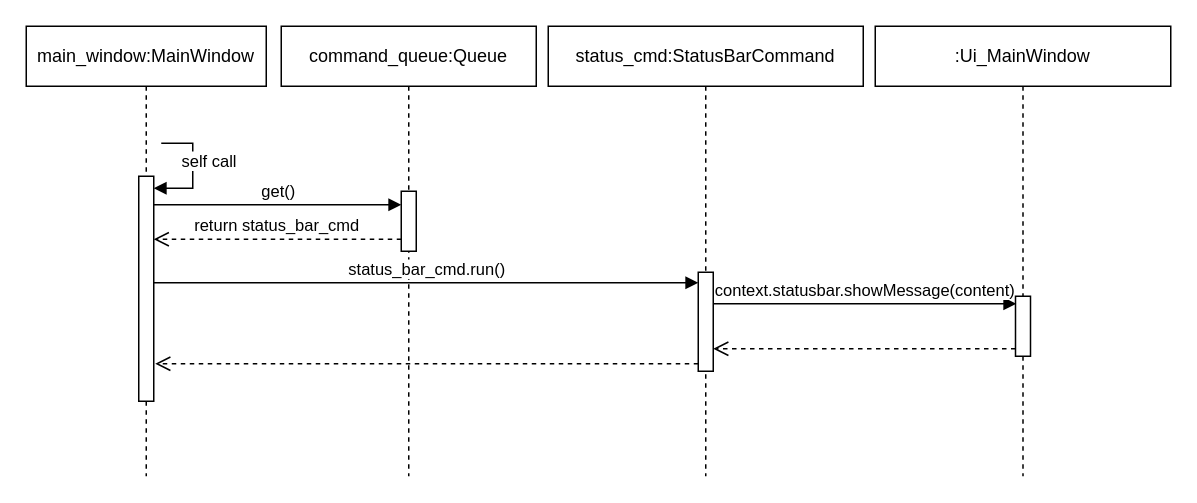
pascalreiss/draw_io_stuff keeps this draw.io diagram as procedural/Command_Pattern.drawio. Above is the earlier version. Source tidied: cells renumbered, new cells numbered last; positions are measured from the earlier drawing's top-left corner, leaving out a move shared by most shapes. Both pictures are drawn from the tidied source at 150%, with x=0, y=0 at pixel (26, 26).
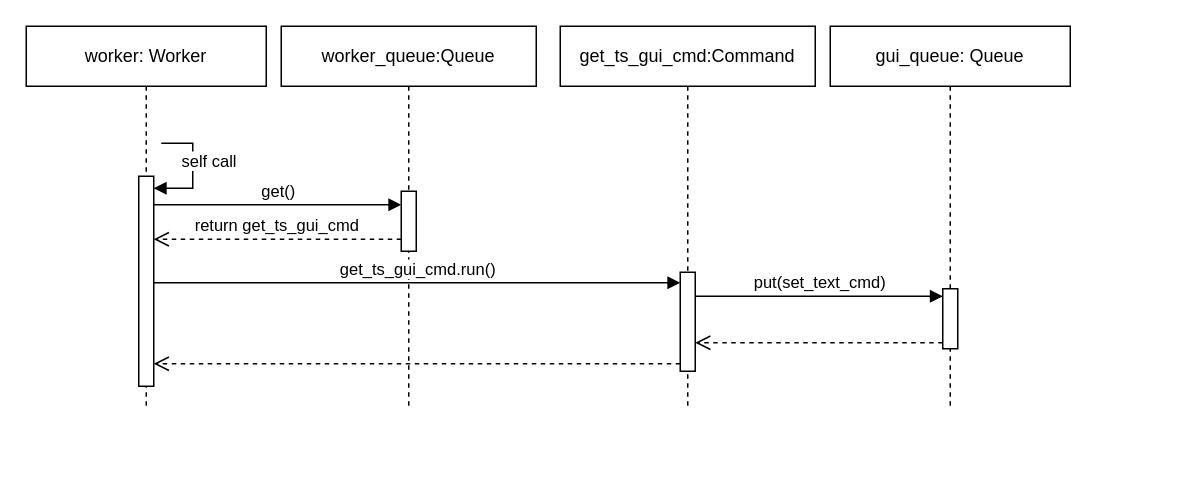
The same diagram, later.

Change to the diagram source:
```diff
@@
-    <mxCell id="2" value="command_queue:Queue" style="shape=umlLifeline;perimeter=lifelinePerimeter;whiteSpace=wrap;html=1;newEdgeStyle={&quot;curved&quot;:0,&quot;rounded&quot;:0};" parent="1" vertex="1">
-      <mxGeometry x="170" width="170" height="300" as="geometry" />
+    <mxCell id="2" value="worker_queue:Queue" style="shape=umlLifeline;perimeter=lifelinePerimeter;whiteSpace=wrap;html=1;newEdgeStyle={&quot;curved&quot;:0,&quot;rounded&quot;:0};" parent="1" vertex="1">
+      <mxGeometry x="170" width="170" height="255" as="geometry" />
     </mxCell>
@@
-    <mxCell id="4" value="main_window:MainWindow" style="shape=umlLifeline;perimeter=lifelinePerimeter;whiteSpace=wrap;html=1;newEdgeStyle={&quot;curved&quot;:0,&quot;rounded&quot;:0};" parent="1" vertex="1">
-      <mxGeometry width="160" height="300" as="geometry" />
+    <mxCell id="4" value="worker: Worker" style="shape=umlLifeline;perimeter=lifelinePerimeter;whiteSpace=wrap;html=1;newEdgeStyle={&quot;curved&quot;:0,&quot;rounded&quot;:0};" parent="1" vertex="1">
+      <mxGeometry width="160" height="255" as="geometry" />
     </mxCell>
     <mxCell id="5" style="html=1;points=[[0,0,0,0,5],[0,1,0,0,-5],[1,0,0,0,5],[1,1,0,0,-5]];perimeter=orthogonalPerimeter;outlineConnect=0;targetShapes=umlLifeline;portConstraint=eastwest;newEdgeStyle={&quot;curved&quot;:0,&quot;rounded&quot;:0};" parent="4" vertex="1">
-      <mxGeometry x="75" y="100" width="10" height="150" as="geometry" />
+      <mxGeometry x="75" y="100" width="10" height="140" as="geometry" />
     </mxCell>
@@
-    <mxCell id="8" value="return status_bar_cmd" style="html=1;verticalAlign=bottom;endArrow=open;dashed=1;endSize=8;curved=0;rounded=0;" parent="1" edge="1">
+    <mxCell id="8" value="return get_ts_gui_cmd" style="html=1;verticalAlign=bottom;endArrow=open;dashed=1;endSize=8;curved=0;rounded=0;" parent="1" edge="1">
       <mxGeometry relative="1" as="geometry">
         <mxPoint x="250" y="142" as="sourcePoint" />
         <mxPoint x="85" y="142" as="targetPoint" />
       </mxGeometry>
     </mxCell>
-    <mxCell id="9" value=":Ui_MainWindow" style="shape=umlLifeline;perimeter=lifelinePerimeter;whiteSpace=wrap;html=1;newEdgeStyle={&quot;curved&quot;:0,&quot;rounded&quot;:0};" parent="1" vertex="1">
-      <mxGeometry x="566" width="197" height="300" as="geometry" />
-    </mxCell>
-    <mxCell id="10" style="html=1;points=[[0,0,0,0,5],[0,1,0,0,-5],[1,0,0,0,5],[1,1,0,0,-5]];perimeter=orthogonalPerimeter;outlineConnect=0;targetShapes=umlLifeline;portConstraint=eastwest;newEdgeStyle={&quot;curved&quot;:0,&quot;rounded&quot;:0};" parent="9" vertex="1">
-      <mxGeometry x="93.5" y="180" width="10" height="40" as="geometry" />
-    </mxCell>
-    <mxCell id="11" value="status_cmd:StatusBarCommand" style="shape=umlLifeline;perimeter=lifelinePerimeter;whiteSpace=wrap;html=1;newEdgeStyle={&quot;curved&quot;:0,&quot;rounded&quot;:0};" parent="1" vertex="1">
-      <mxGeometry x="348" width="210" height="300" as="geometry" />
+    <mxCell id="11" value="gui_queue: Queue" style="shape=umlLifeline;perimeter=lifelinePerimeter;whiteSpace=wrap;html=1;newEdgeStyle={&quot;curved&quot;:0,&quot;rounded&quot;:0};" parent="1" vertex="1">
+      <mxGeometry x="536" width="160" height="255" as="geometry" />
     </mxCell>
     <mxCell id="12" style="html=1;points=[[0,0,0,0,5],[0,1,0,0,-5],[1,0,0,0,5],[1,1,0,0,-5]];perimeter=orthogonalPerimeter;outlineConnect=0;targetShapes=umlLifeline;portConstraint=eastwest;newEdgeStyle={&quot;curved&quot;:0,&quot;rounded&quot;:0};" parent="11" vertex="1">
-      <mxGeometry x="100" y="164" width="10" height="66" as="geometry" />
+      <mxGeometry x="75" y="175" width="10" height="40" as="geometry" />
     </mxCell>
-    <mxCell id="13" value="status_bar_cmd.run()" style="html=1;verticalAlign=bottom;endArrow=block;curved=0;rounded=0;" parent="1" edge="1">
+    <mxCell id="13" value="get_ts_gui_cmd.run()" style="html=1;verticalAlign=bottom;endArrow=block;curved=0;rounded=0;" parent="1" edge="1" target="18">
       <mxGeometry relative="1" as="geometry">
         <mxPoint x="85" y="171" as="sourcePoint" />
-        <mxPoint x="448" y="171" as="targetPoint" />
       </mxGeometry>
     </mxCell>
-    <mxCell id="14" value="context.statusbar.showMessage(content)" style="html=1;verticalAlign=bottom;endArrow=block;curved=0;rounded=0;" parent="1" edge="1">
-      <mxGeometry relative="1" as="geometry">
-        <mxPoint x="458" y="185" as="sourcePoint" />
-        <mxPoint x="660" y="185" as="targetPoint" />
-      </mxGeometry>
-    </mxCell>
-    <mxCell id="15" style="html=1;verticalAlign=bottom;endArrow=open;dashed=1;endSize=8;curved=0;rounded=0;exitX=0;exitY=1;exitDx=0;exitDy=-5;exitPerimeter=0;" parent="1" edge="1" source="10" target="12">
-      <mxGeometry relative="1" as="geometry" />
-    </mxCell>
-    <mxCell id="16" style="html=1;verticalAlign=bottom;endArrow=open;dashed=1;endSize=8;curved=0;rounded=0;" parent="1" edge="1" source="12">
-      <mxGeometry relative="1" as="geometry">
-        <mxPoint x="86" y="225" as="targetPoint" />
-      </mxGeometry>
-    </mxCell>
+    <mxCell id="17" value="get_ts_gui_cmd:Command" style="shape=umlLifeline;perimeter=lifelinePerimeter;whiteSpace=wrap;html=1;newEdgeStyle={&quot;curved&quot;:0,&quot;rounded&quot;:0};" parent="1" vertex="1">
+      <mxGeometry x="356" width="170" height="255" as="geometry" />
+    </mxCell>
+    <mxCell id="18" style="html=1;points=[[0,0,0,0,5],[0,1,0,0,-5],[1,0,0,0,5],[1,1,0,0,-5]];perimeter=orthogonalPerimeter;outlineConnect=0;targetShapes=umlLifeline;portConstraint=eastwest;newEdgeStyle={&quot;curved&quot;:0,&quot;rounded&quot;:0};" parent="17" vertex="1">
+      <mxGeometry x="80" y="164" width="10" height="66" as="geometry" />
+    </mxCell>
+    <mxCell id="19" style="html=1;verticalAlign=bottom;endArrow=open;dashed=1;endSize=8;curved=0;rounded=0;exitX=0;exitY=1;exitDx=0;exitDy=-5;exitPerimeter=0;" parent="1" edge="1" source="18" target="5">
+      <mxGeometry relative="1" as="geometry" />
+    </mxCell>
+    <mxCell id="20" value="put(set_text_cmd)" style="html=1;verticalAlign=bottom;endArrow=block;curved=0;rounded=0;entryX=0;entryY=0;entryDx=0;entryDy=5;entryPerimeter=0;" parent="1" edge="1" source="18" target="12">
+      <mxGeometry relative="1" as="geometry" />
+    </mxCell>
+    <mxCell id="21" style="html=1;verticalAlign=bottom;endArrow=open;dashed=1;endSize=8;curved=0;rounded=0;" parent="1" edge="1">
+      <mxGeometry relative="1" as="geometry">
+        <mxPoint x="611" y="211" as="sourcePoint" />
+        <mxPoint x="446" y="211" as="targetPoint" />
+      </mxGeometry>
+    </mxCell>
```
